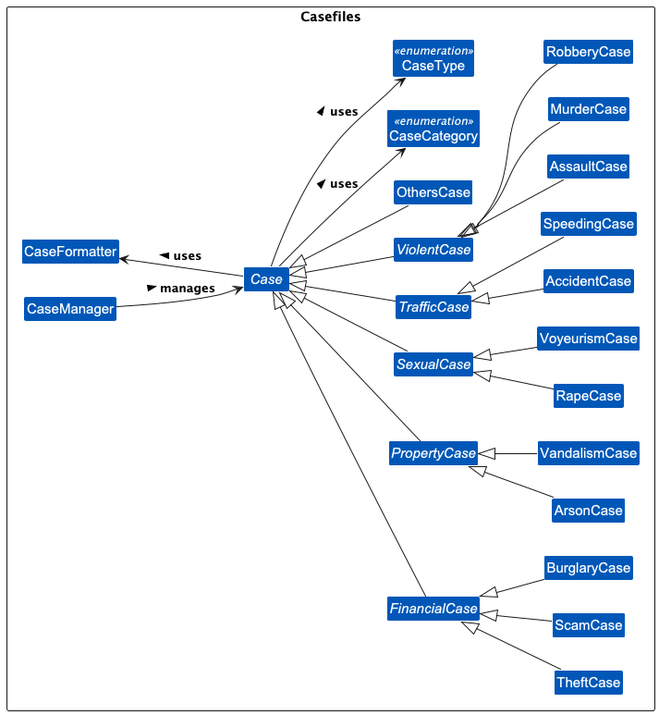
Before: docs/images/ClassDiagramCasefile.png, a diagram exported from PlantUML (zhengjie2002/tp).
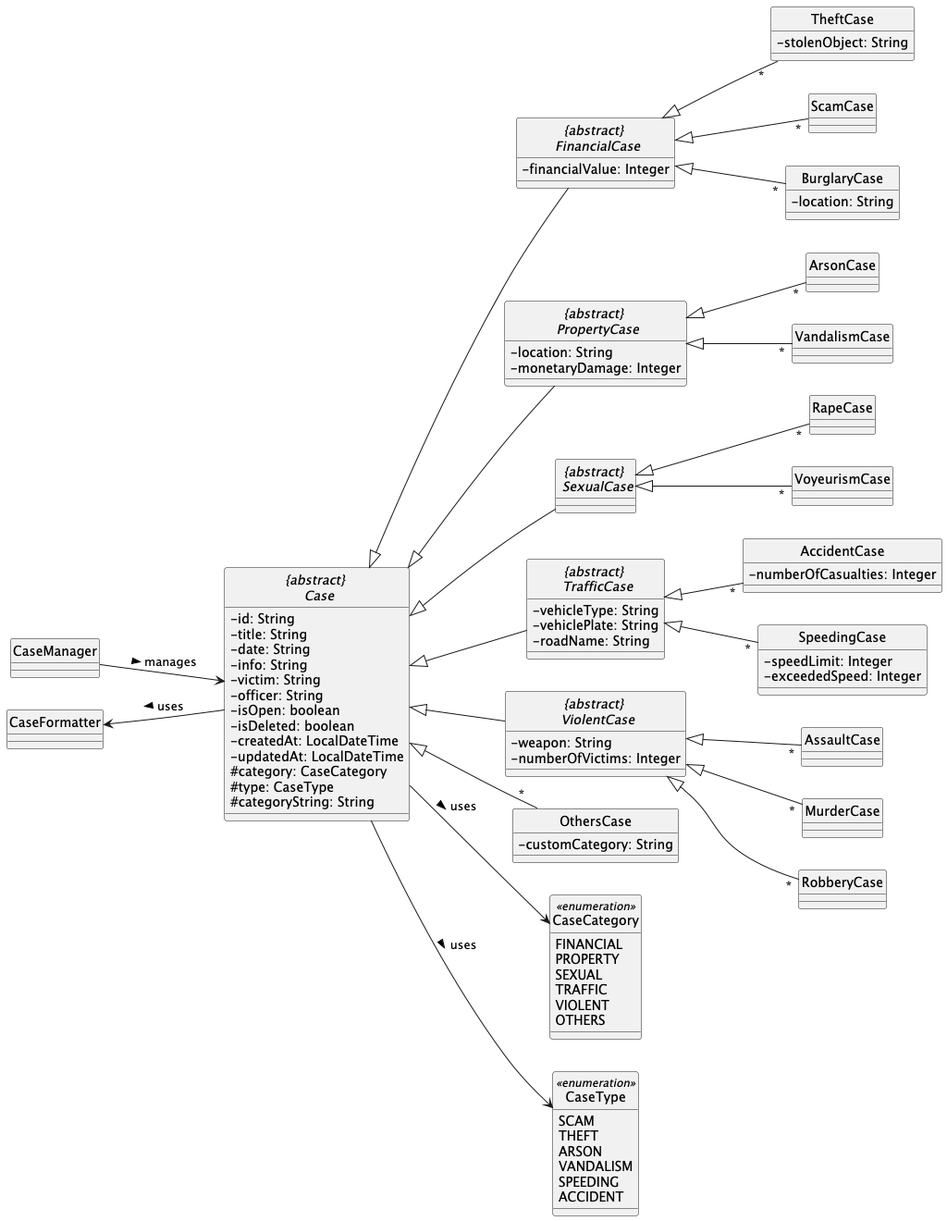
After the commit.

Commit message:
Update casefile class diagram

Diff of the diagram source:
```diff
@@ -1,45 +1,126 @@
 @startuml
+skinparam classAttributeIconSize 0
 left to right direction
-!include ../style.puml
-
-package "Casefiles" <<Rectangle>> {
-    abstract class Case CASEFILE_COLOR
-
-    abstract class FinancialCase CASEFILE_COLOR extends Case
-    class TheftCase CASEFILE_COLOR extends FinancialCase
-    class ScamCase CASEFILE_COLOR extends FinancialCase
-    class BurglaryCase CASEFILE_COLOR extends FinancialCase
-
-    abstract class PropertyCase CASEFILE_COLOR extends Case
-    class ArsonCase CASEFILE_COLOR extends PropertyCase
-    class VandalismCase CASEFILE_COLOR extends PropertyCase
-
-    abstract class SexualCase CASEFILE_COLOR extends Case
-    class RapeCase CASEFILE_COLOR extends SexualCase
-    class VoyeurismCase CASEFILE_COLOR extends SexualCase
-
-    abstract class TrafficCase CASEFILE_COLOR extends Case
-    class AccidentCase CASEFILE_COLOR extends TrafficCase
-    class SpeedingCase CASEFILE_COLOR extends TrafficCase
-
-    abstract class ViolentCase CASEFILE_COLOR extends Case
-    class AssaultCase CASEFILE_COLOR extends ViolentCase
-    class MurderCase CASEFILE_COLOR extends ViolentCase
-    class RobberyCase CASEFILE_COLOR extends ViolentCase
-
-    class OthersCase CASEFILE_COLOR extends Case
-
-    class CaseManager CASEFILE_COLOR
-    class CaseFormatter CASEFILE_COLOR
-
-    enum CaseCategory <<enumeration>> CASEFILE_COLOR
-    enum CaseType <<enumeration>> CASEFILE_COLOR
+abstract class "{abstract} \n Case" {
+    - id: String
+    - title: String
+    - date: String
+    - info: String
+    - victim: String
+    - officer: String
+    - isOpen: boolean
+    - isDeleted: boolean
+    - createdAt: LocalDateTime
+    - updatedAt: LocalDateTime
+    # category: CaseCategory
+    # type: CaseType
+    # categoryString: String
 }
 
-CaseManager --> Case :manages >
-Case --> CaseCategory: uses >
-Case --> CaseType: uses >
-CaseFormatter <-- Case: uses <
+abstract class "{abstract} \n FinancialCase" extends "{abstract} \n Case" {
+    - financialValue: Integer
+}
+
+"{abstract} \n FinancialCase" <|--"*" TheftCase
+class TheftCase {
+    - stolenObject: String
+}
+
+"{abstract} \n FinancialCase" <|--"*" ScamCase
+class ScamCase
+
+"{abstract} \n FinancialCase" <|--"*" BurglaryCase
+class BurglaryCase {
+    - location: String
+    }
+
+
+abstract class "{abstract} \n PropertyCase" extends "{abstract} \n Case" {
+    - location: String
+    - monetaryDamage: Integer
+}
+
+"{abstract} \n PropertyCase" <|--"*" ArsonCase
+class ArsonCase
+
+"{abstract} \n PropertyCase" <|--"*" VandalismCase
+class VandalismCase
+
+
+abstract class "{abstract} \n SexualCase" extends "{abstract} \n Case"
+
+"{abstract} \n SexualCase" <|--"*" RapeCase
+class RapeCase
+
+"{abstract} \n SexualCase" <|--"*" VoyeurismCase
+class VoyeurismCase
+
+
+abstract class "{abstract} \n TrafficCase" extends "{abstract} \n Case" {
+    - vehicleType: String
+    - vehiclePlate: String
+    - roadName: String
+}
+
+"{abstract} \n TrafficCase" <|--"*" AccidentCase
+class AccidentCase {
+    - numberOfCasualties: Integer
+}
+
+"{abstract} \n TrafficCase" <|--"*" SpeedingCase
+class SpeedingCase {
+    - speedLimit: Integer
+    - exceededSpeed: Integer
+}
+
+
+abstract class "{abstract} \n ViolentCase" extends "{abstract} \n Case" {
+    - weapon: String
+    - numberOfVictims: Integer
+}
+
+"{abstract} \n ViolentCase" <|--"*" AssaultCase
+class AssaultCase
+
+"{abstract} \n ViolentCase" <|--"*" MurderCase
+class MurderCase
+
+"{abstract} \n ViolentCase" <|--"*" RobberyCase
+class RobberyCase
+
+
+"{abstract} \n Case" <|--"*" OthersCase
+class OthersCase {
+    - customCategory: String
+}
+
+
+class CaseManager
+
+class CaseFormatter
+
+enum CaseCategory <<enumeration>> {
+    FINANCIAL
+    PROPERTY
+    SEXUAL
+    TRAFFIC
+    VIOLENT
+    OTHERS
+}
+
+enum CaseType <<enumeration>> {
+    SCAM
+    THEFT
+    ARSON
+    VANDALISM
+    SPEEDING
+    ACCIDENT
+}
+
+CaseManager --> "{abstract} \n Case" :manages >
+"{abstract} \n Case" --> CaseCategory: uses >
+"{abstract} \n Case" --> CaseType: uses >
+CaseFormatter <-- "{abstract} \n Case": uses <
 
 hide enum circle
 hide class circle
```
